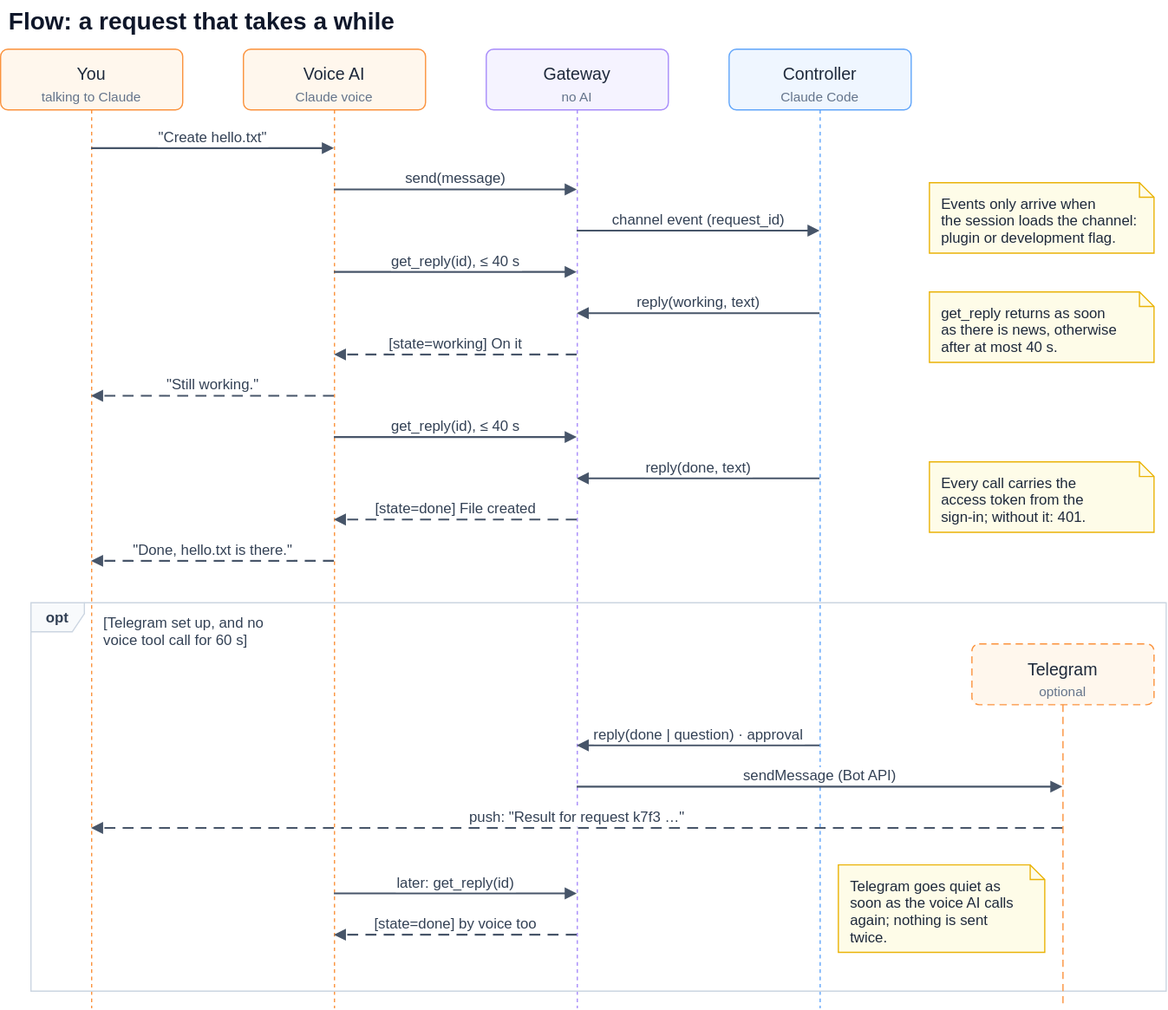
The draw.io diagram docs/request-flow.drawio.svg in alderg/cc-voice-gateway, before a commit. Source tidied: cells renumbered, new cells last; positions are measured from the earlier drawing's top-left corner, leaving out a move shared by most shapes.
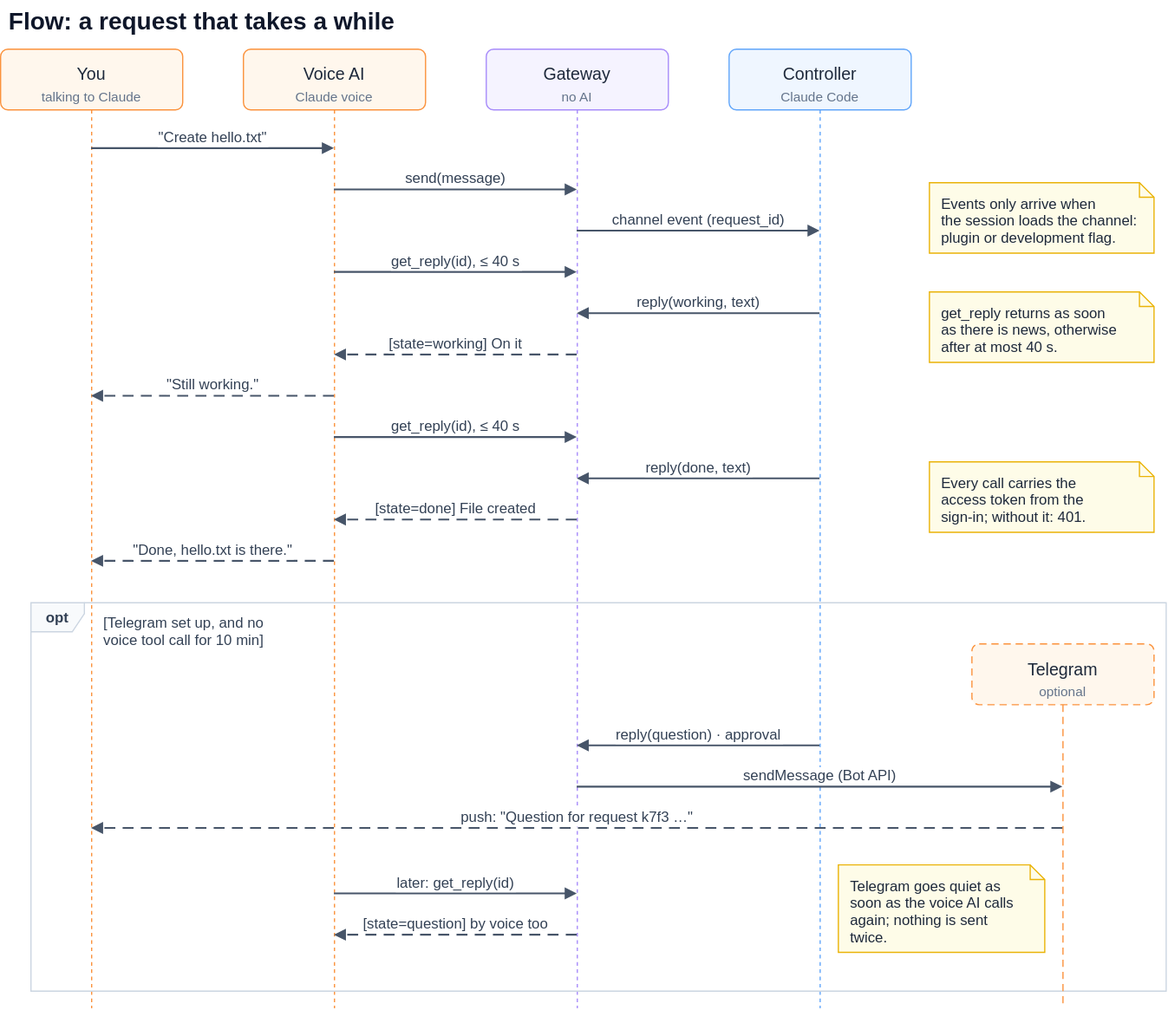
After the change.

Change to the diagram source:
```diff
@@ -32,7 +32,7 @@
     <mxCell id="11" value="opt" style="shape=umlFrame;html=0;fontSize=12;fontStyle=1;width=44;height=24;strokeColor=#CBD5E1;fillColor=#F8FAFC;fontColor=#334155;strokeWidth=1;" parent="1" vertex="1">
       <mxGeometry x="25" y="496" width="935" height="320" as="geometry" />
     </mxCell>
-    <mxCell id="12" value="[Telegram set up, and no&#10;voice tool call for 60 s]" style="text;html=0;fontSize=12;align=left;verticalAlign=top;spacingTop=3;strokeColor=none;fillColor=none;fontColor=#334155;" parent="1" vertex="1">
+    <mxCell id="12" value="[Telegram set up, and no&#10;voice tool call for 10 min]" style="text;html=0;fontSize=12;align=left;verticalAlign=top;spacingTop=3;strokeColor=none;fillColor=none;fontColor=#334155;" parent="1" vertex="1">
       <mxGeometry x="83" y="496" width="180" height="36" as="geometry" />
     </mxCell>
     <mxCell id="13" value="Telegram" style="shape=umlLifeline;perimeter=lifelinePerimeter;size=50;html=0;fontSize=14;fillColor=#FFF7ED;strokeColor=#FB923C;verticalAlign=top;spacingTop=6.5;dashed=1;strokeWidth=1;rounded=1;absoluteArcSize=1;arcSize=12;fontColor=#1E293B;dashPattern=6 4;" parent="1" vertex="1">
@@ -130,7 +130,7 @@
         <mxPoint y="-10" as="offset" />
       </mxGeometry>
     </mxCell>
-    <mxCell id="30" value="reply(done | question) · approval" style="edgeStyle=none;rounded=1;html=0;endArrow=block;endFill=1;startArrow=none;strokeColor=#475569;strokeWidth=1.5;fontSize=12;fontColor=#334155;labelBackgroundColor=#FFFFFF;endSize=6;" parent="1" edge="1">
+    <mxCell id="30" value="reply(question) · approval" style="edgeStyle=none;rounded=1;html=0;endArrow=block;endFill=1;startArrow=none;strokeColor=#475569;strokeWidth=1.5;fontSize=12;fontColor=#334155;labelBackgroundColor=#FFFFFF;endSize=6;" parent="1" edge="1">
       <mxGeometry relative="1" as="geometry">
         <mxPoint x="675" y="614" as="sourcePoint" />
         <mxPoint x="475" y="614" as="targetPoint" />
@@ -144,7 +144,7 @@
         <mxPoint y="-10" as="offset" />
       </mxGeometry>
     </mxCell>
-    <mxCell id="32" value="push: &quot;Result for request k7f3 …&quot;" style="edgeStyle=none;rounded=1;html=0;endArrow=block;endFill=1;endSize=6;startArrow=none;strokeColor=#475569;strokeWidth=1.5;fontSize=12;fontColor=#334155;labelBackgroundColor=#FFFFFF;dashed=1;dashPattern=6 4;" parent="1" edge="1">
+    <mxCell id="32" value="push: &quot;Question for request k7f3 …&quot;" style="edgeStyle=none;rounded=1;html=0;endArrow=block;endFill=1;endSize=6;startArrow=none;strokeColor=#475569;strokeWidth=1.5;fontSize=12;fontColor=#334155;labelBackgroundColor=#FFFFFF;dashed=1;dashPattern=6 4;" parent="1" edge="1">
       <mxGeometry relative="1" as="geometry">
         <mxPoint x="875" y="682" as="sourcePoint" />
         <mxPoint x="75" y="682" as="targetPoint" />
@@ -158,7 +158,7 @@
         <mxPoint y="-10" as="offset" />
       </mxGeometry>
     </mxCell>
-    <mxCell id="34" value="[state=done] by voice too" style="edgeStyle=none;rounded=1;html=0;endArrow=block;endFill=1;endSize=6;startArrow=none;strokeColor=#475569;strokeWidth=1.5;fontSize=12;fontColor=#334155;labelBackgroundColor=#FFFFFF;dashed=1;dashPattern=6 4;" parent="1" edge="1">
+    <mxCell id="34" value="[state=question] by voice too" style="edgeStyle=none;rounded=1;html=0;endArrow=block;endFill=1;endSize=6;startArrow=none;strokeColor=#475569;strokeWidth=1.5;fontSize=12;fontColor=#334155;labelBackgroundColor=#FFFFFF;dashed=1;dashPattern=6 4;" parent="1" edge="1">
       <mxGeometry relative="1" as="geometry">
         <mxPoint x="475" y="770" as="sourcePoint" />
         <mxPoint x="275" y="770" as="targetPoint" />
```
